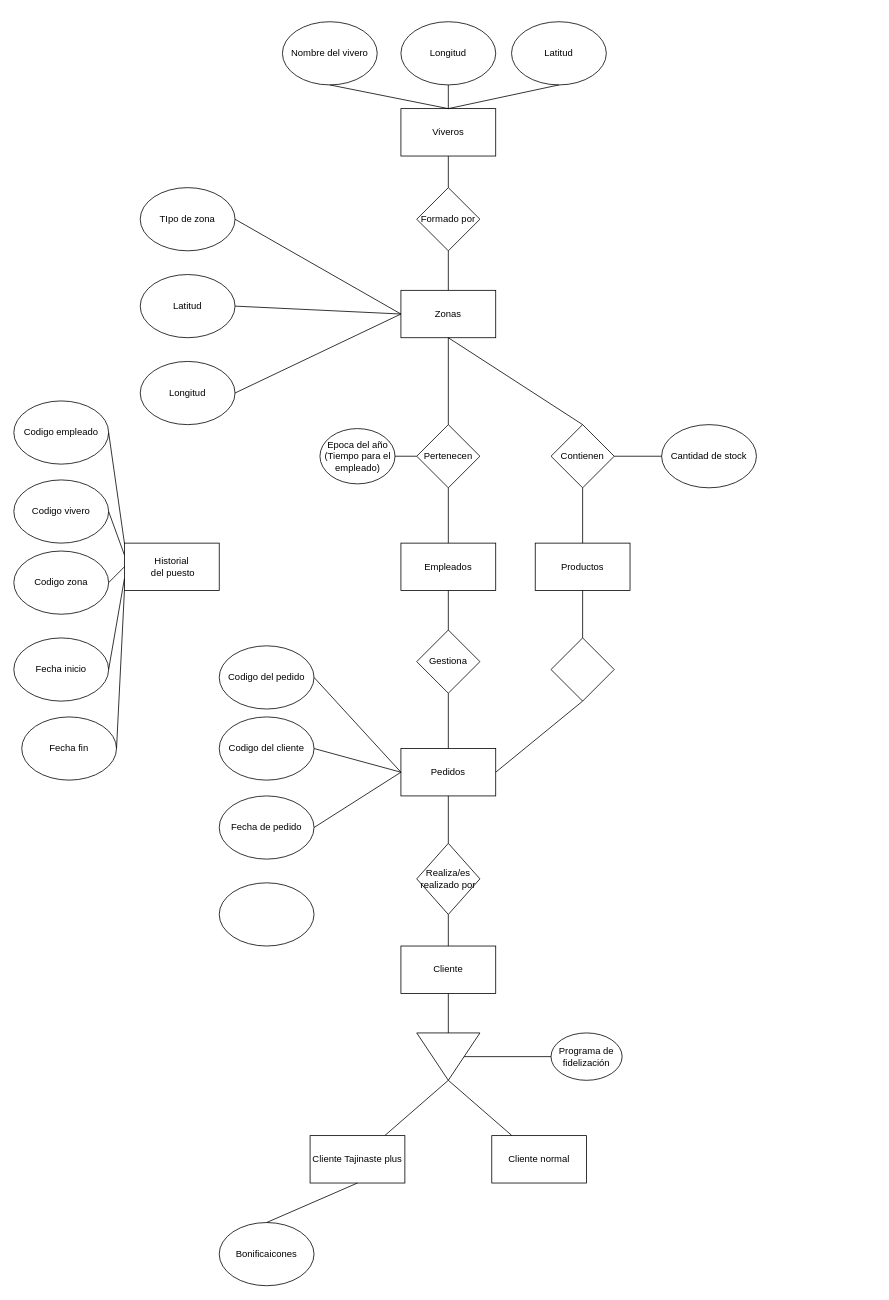
The draw.io diagram Modelo entidad relacion/viveros.drawio in alu0101101507/ADBD, before the edit. Source tidied: cells renumbered, new cells numbered last; positions are measured from the earlier drawing's top-left corner, leaving out a move shared by most shapes. Both pictures are drawn from the tidied source at 79%, with x=0, y=0 at pixel (13, 21).
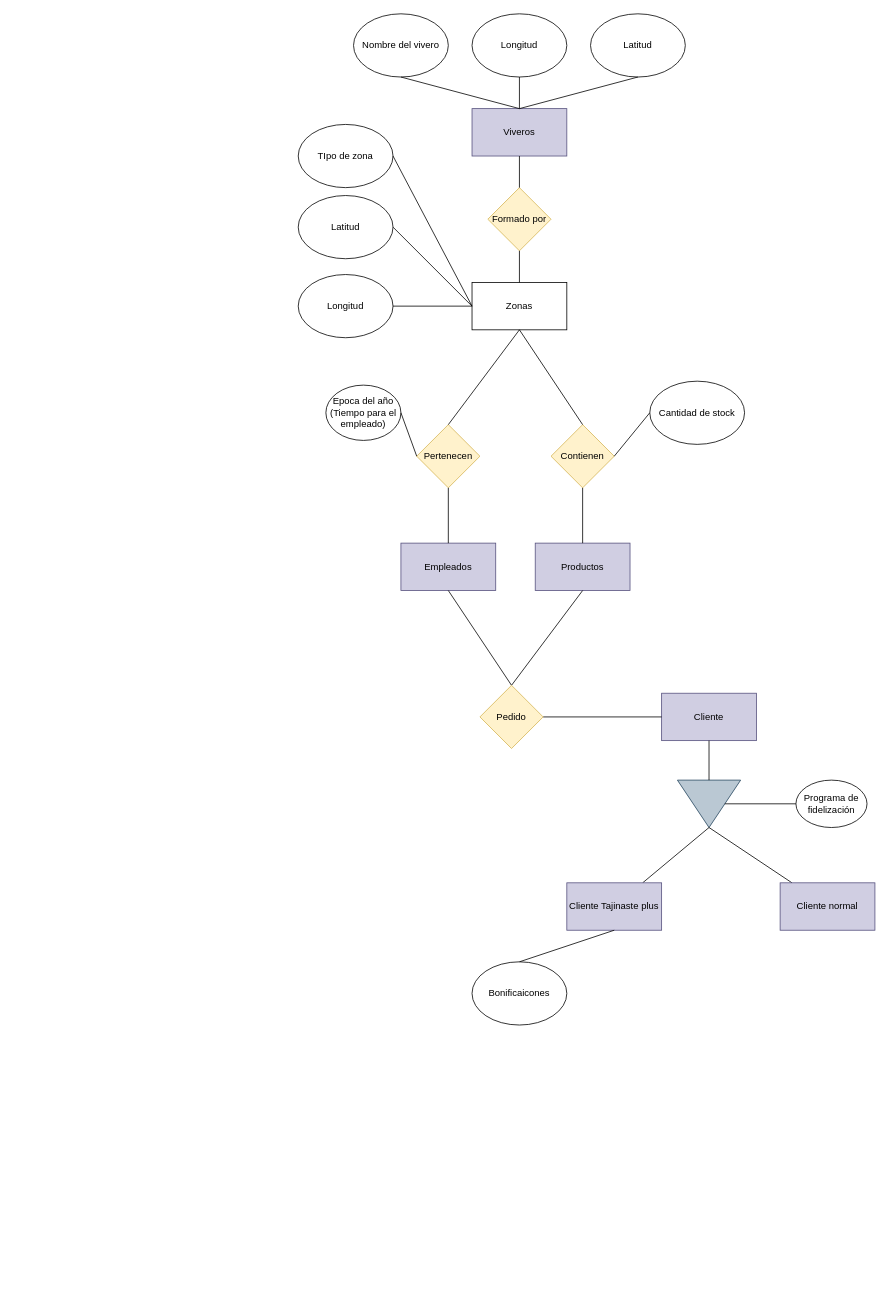
The same diagram, later.

What changed in the source:
```diff
@@
     <mxCell id="2" value="&lt;div&gt;Zonas&lt;/div&gt;" style="rounded=0;whiteSpace=wrap;html=1;" parent="1" vertex="1">
-      <mxGeometry x="490" y="340" width="120" height="60" as="geometry" />
+      <mxGeometry x="580" y="330" width="120" height="60" as="geometry" />
     </mxCell>
     <mxCell id="3" value="Latitud" style="ellipse;whiteSpace=wrap;html=1;" parent="1" vertex="1">
-      <mxGeometry x="160" y="320" width="120" height="80" as="geometry" />
+      <mxGeometry x="360" y="220" width="120" height="80" as="geometry" />
     </mxCell>
     <mxCell id="4" value="Longitud" style="ellipse;whiteSpace=wrap;html=1;" parent="1" vertex="1">
-      <mxGeometry x="160" y="430" width="120" height="80" as="geometry" />
+      <mxGeometry x="360" y="320" width="120" height="80" as="geometry" />
     </mxCell>
-    <mxCell id="5" value="Empleados" style="rounded=0;whiteSpace=wrap;html=1;" parent="1" vertex="1">
+    <mxCell id="5" value="Empleados" style="rounded=0;whiteSpace=wrap;html=1;fillColor=#d0cee2;strokeColor=#56517e;" parent="1" vertex="1">
       <mxGeometry x="490" y="660" width="120" height="60" as="geometry" />
     </mxCell>
-    <mxCell id="6" value="&lt;div&gt;Pertenecen&lt;/div&gt;" style="rhombus;whiteSpace=wrap;html=1;" parent="1" vertex="1">
+    <mxCell id="6" value="&lt;div&gt;Pertenecen&lt;/div&gt;" style="rhombus;whiteSpace=wrap;html=1;fillColor=#fff2cc;strokeColor=#d6b656;" parent="1" vertex="1">
       <mxGeometry x="510" y="510" width="80" height="80" as="geometry" />
     </mxCell>
@@
-    <mxCell id="9" value="Viveros" style="rounded=0;whiteSpace=wrap;html=1;" parent="1" vertex="1">
-      <mxGeometry x="490" y="110" width="120" height="60" as="geometry" />
+    <mxCell id="9" value="Viveros" style="rounded=0;whiteSpace=wrap;html=1;fillColor=#d0cee2;strokeColor=#56517e;" parent="1" vertex="1">
+      <mxGeometry x="580" y="110" width="120" height="60" as="geometry" />
     </mxCell>
-    <mxCell id="10" value="Formado por" style="rhombus;whiteSpace=wrap;html=1;" parent="1" vertex="1">
-      <mxGeometry x="510" y="210" width="80" height="80" as="geometry" />
+    <mxCell id="10" value="Formado por" style="rhombus;whiteSpace=wrap;html=1;fillColor=#fff2cc;strokeColor=#d6b656;" parent="1" vertex="1">
+      <mxGeometry x="600" y="210" width="80" height="80" as="geometry" />
     </mxCell>
-    <mxCell id="11" style="endArrow=none;html=1;rounded=0;entryX=0.5;entryY=1;entryDx=0;entryDy=0;" parent="1" edge="1" target="9">
-      <mxGeometry relative="1" as="geometry">
-        <mxPoint x="550" y="210" as="sourcePoint" />
-      </mxGeometry>
+    <mxCell id="11" style="endArrow=none;html=1;rounded=0;entryX=0.5;entryY=1;entryDx=0;entryDy=0;exitX=0.5;exitY=0;exitDx=0;exitDy=0;" parent="1" edge="1" source="10" target="9">
+      <mxGeometry relative="1" as="geometry" />
     </mxCell>
@@
     <mxCell id="13" value="TIpo de zona" style="ellipse;whiteSpace=wrap;html=1;" parent="1" vertex="1">
-      <mxGeometry x="160" y="210" width="120" height="80" as="geometry" />
+      <mxGeometry x="360" y="130" width="120" height="80" as="geometry" />
     </mxCell>
-    <mxCell id="14" value="&lt;div&gt;Productos&lt;/div&gt;" style="rounded=0;whiteSpace=wrap;html=1;" parent="1" vertex="1">
+    <mxCell id="14" value="&lt;div&gt;Productos&lt;/div&gt;" style="rounded=0;whiteSpace=wrap;html=1;fillColor=#d0cee2;strokeColor=#56517e;" parent="1" vertex="1">
       <mxGeometry x="660" y="660" width="120" height="60" as="geometry" />
     </mxCell>
-    <mxCell id="15" value="Contienen" style="rhombus;whiteSpace=wrap;html=1;" parent="1" vertex="1">
+    <mxCell id="15" value="Contienen" style="rhombus;whiteSpace=wrap;html=1;fillColor=#fff2cc;strokeColor=#d6b656;" parent="1" vertex="1">
       <mxGeometry x="680" y="510" width="80" height="80" as="geometry" />
     </mxCell>
@@
     <mxCell id="18" value="Cantidad de stock" style="ellipse;whiteSpace=wrap;html=1;" parent="1" vertex="1">
-      <mxGeometry x="820" y="510" width="120" height="80" as="geometry" />
+      <mxGeometry x="805" y="455" width="120" height="80" as="geometry" />
     </mxCell>
-    <mxCell id="19" value="&lt;div&gt;Cliente&lt;/div&gt;" style="rounded=0;whiteSpace=wrap;html=1;" parent="1" vertex="1">
-      <mxGeometry x="490" y="1170" width="120" height="60" as="geometry" />
+    <mxCell id="19" value="&lt;div&gt;Cliente&lt;/div&gt;" style="rounded=0;whiteSpace=wrap;html=1;fillColor=#d0cee2;strokeColor=#56517e;" parent="1" vertex="1">
+      <mxGeometry x="820" y="850" width="120" height="60" as="geometry" />
     </mxCell>
-    <mxCell id="20" value="&lt;div&gt;Historial&lt;/div&gt;&lt;div&gt;&amp;nbsp;del puesto&lt;/div&gt;" style="rounded=0;whiteSpace=wrap;html=1;" parent="1" vertex="1">
-      <mxGeometry x="140" y="660" width="120" height="60" as="geometry" />
-    </mxCell>
-    <mxCell id="21" value="Codigo empleado" style="ellipse;whiteSpace=wrap;html=1;" parent="1" vertex="1">
-      <mxGeometry y="480" width="120" height="80" as="geometry" />
-    </mxCell>
-    <mxCell id="22" value="&lt;div&gt;Codigo vivero&lt;/div&gt;" style="ellipse;whiteSpace=wrap;html=1;" parent="1" vertex="1">
-      <mxGeometry y="580" width="120" height="80" as="geometry" />
-    </mxCell>
-    <mxCell id="23" value="Codigo zona" style="ellipse;whiteSpace=wrap;html=1;" parent="1" vertex="1">
-      <mxGeometry y="670" width="120" height="80" as="geometry" />
-    </mxCell>
-    <mxCell id="24" value="&lt;div&gt;Fecha inicio&lt;br&gt;&lt;/div&gt;" style="ellipse;whiteSpace=wrap;html=1;" parent="1" vertex="1">
-      <mxGeometry y="780" width="120" height="80" as="geometry" />
-    </mxCell>
-    <mxCell id="25" value="Fecha fin" style="ellipse;whiteSpace=wrap;html=1;" parent="1" vertex="1">
-      <mxGeometry x="10" y="880" width="120" height="80" as="geometry" />
-    </mxCell>
-    <mxCell id="26" style="endArrow=none;html=1;rounded=0;exitX=1;exitY=0.5;exitDx=0;exitDy=0;entryX=0;entryY=0;entryDx=0;entryDy=0;" parent="1" edge="1" source="21" target="20">
-      <mxGeometry relative="1" as="geometry" />
-    </mxCell>
-    <mxCell id="27" style="endArrow=none;html=1;rounded=0;exitX=1;exitY=0.5;exitDx=0;exitDy=0;entryX=0;entryY=0.25;entryDx=0;entryDy=0;" parent="1" edge="1" source="22" target="20">
-      <mxGeometry relative="1" as="geometry" />
-    </mxCell>
-    <mxCell id="28" style="endArrow=none;html=1;rounded=0;exitX=1;exitY=0.5;exitDx=0;exitDy=0;entryX=0;entryY=0.5;entryDx=0;entryDy=0;" parent="1" edge="1" source="23" target="20">
-      <mxGeometry relative="1" as="geometry" />
-    </mxCell>
-    <mxCell id="29" style="endArrow=none;html=1;rounded=0;exitX=1;exitY=0.5;exitDx=0;exitDy=0;entryX=0;entryY=0.75;entryDx=0;entryDy=0;" parent="1" edge="1" source="24" target="20">
-      <mxGeometry relative="1" as="geometry" />
-    </mxCell>
-    <mxCell id="30" style="triangle;whiteSpace=wrap;html=1;direction=south;" parent="1" vertex="1">
-      <mxGeometry x="510" y="1280" width="80" height="60" as="geometry" />
+    <mxCell id="30" style="triangle;whiteSpace=wrap;html=1;direction=south;fillColor=#bac8d3;strokeColor=#23445d;" parent="1" vertex="1">
+      <mxGeometry x="840" y="960" width="80" height="60" as="geometry" />
     </mxCell>
@@
-    <mxCell id="34" value="Cliente normal" style="rounded=0;whiteSpace=wrap;html=1;" parent="1" vertex="1">
-      <mxGeometry x="605" y="1410" width="120" height="60" as="geometry" />
+    <mxCell id="34" value="Cliente normal" style="rounded=0;whiteSpace=wrap;html=1;fillColor=#d0cee2;strokeColor=#56517e;" parent="1" vertex="1">
+      <mxGeometry x="970" y="1090" width="120" height="60" as="geometry" />
     </mxCell>
-    <mxCell id="35" value="Cliente Tajinaste plus" style="rounded=0;whiteSpace=wrap;html=1;" parent="1" vertex="1">
-      <mxGeometry x="375" y="1410" width="120" height="60" as="geometry" />
+    <mxCell id="35" value="Cliente Tajinaste plus" style="rounded=0;whiteSpace=wrap;html=1;fillColor=#d0cee2;strokeColor=#56517e;" parent="1" vertex="1">
+      <mxGeometry x="700" y="1090" width="120" height="60" as="geometry" />
     </mxCell>
-    <mxCell id="36" value="Gestiona" style="rhombus;whiteSpace=wrap;html=1;" parent="1" vertex="1">
-      <mxGeometry x="510" y="770" width="80" height="80" as="geometry" />
-    </mxCell>
-    <mxCell id="37" style="endArrow=none;html=1;rounded=0;exitX=0.5;exitY=1;exitDx=0;exitDy=0;entryX=0.5;entryY=0;entryDx=0;entryDy=0;" parent="1" edge="1" source="5" target="36">
+    <mxCell id="37" style="endArrow=none;html=1;rounded=0;exitX=0.5;exitY=1;exitDx=0;exitDy=0;entryX=0.5;entryY=0;entryDx=0;entryDy=0;" parent="1" edge="1" source="5" target="70">
       <mxGeometry relative="1" as="geometry" />
     </mxCell>
-    <mxCell id="38" value="&lt;div&gt;Pedidos&lt;/div&gt;" style="rounded=0;whiteSpace=wrap;html=1;" parent="1" vertex="1">
-      <mxGeometry x="490" y="920" width="120" height="60" as="geometry" />
-    </mxCell>
-    <mxCell id="39" style="endArrow=none;html=1;rounded=0;exitX=0.5;exitY=1;exitDx=0;exitDy=0;entryX=0.5;entryY=0;entryDx=0;entryDy=0;" parent="1" edge="1" source="36" target="38">
-      <mxGeometry relative="1" as="geometry" />
-    </mxCell>
-    <mxCell id="40" value="Realiza/es realizado por" style="rhombus;whiteSpace=wrap;html=1;" parent="1" vertex="1">
-      <mxGeometry x="510" y="1040" width="80" height="90" as="geometry" />
-    </mxCell>
-    <mxCell id="41" style="endArrow=none;html=1;rounded=0;exitX=0.5;exitY=1;exitDx=0;exitDy=0;" parent="1" edge="1" source="38" target="40">
-      <mxGeometry relative="1" as="geometry" />
-    </mxCell>
-    <mxCell id="42" style="endArrow=none;html=1;rounded=0;exitX=0.5;exitY=1;exitDx=0;exitDy=0;entryX=0.5;entryY=0;entryDx=0;entryDy=0;" parent="1" edge="1" source="40" target="19">
+    <mxCell id="42" style="endArrow=none;html=1;rounded=0;exitX=1;exitY=0.5;exitDx=0;exitDy=0;entryX=0;entryY=0.5;entryDx=0;entryDy=0;" parent="1" edge="1" source="70" target="19">
       <mxGeometry relative="1" as="geometry" />
     </mxCell>
@@
     <mxCell id="46" value="Latitud" style="ellipse;whiteSpace=wrap;html=1;" parent="1" vertex="1">
-      <mxGeometry x="630" width="120" height="80" as="geometry" />
+      <mxGeometry x="730" y="-10" width="120" height="80" as="geometry" />
     </mxCell>
     <mxCell id="47" value="Longitud" style="ellipse;whiteSpace=wrap;html=1;" parent="1" vertex="1">
-      <mxGeometry x="490" width="120" height="80" as="geometry" />
+      <mxGeometry x="580" y="-10" width="120" height="80" as="geometry" />
     </mxCell>
@@
     <mxCell id="50" value="&lt;div&gt;Nombre del vivero&lt;/div&gt;" style="ellipse;whiteSpace=wrap;html=1;" parent="1" vertex="1">
-      <mxGeometry x="340" width="120" height="80" as="geometry" />
+      <mxGeometry x="430" y="-10" width="120" height="80" as="geometry" />
     </mxCell>
@@
     <mxCell id="52" value="Programa de fidelización " style="ellipse;whiteSpace=wrap;html=1;" parent="1" vertex="1">
-      <mxGeometry x="680" y="1280" width="90" height="60" as="geometry" />
+      <mxGeometry x="990" y="960" width="90" height="60" as="geometry" />
     </mxCell>
@@
-    <mxCell id="55" value="Codigo del pedido" style="ellipse;whiteSpace=wrap;html=1;" parent="1" vertex="1">
-      <mxGeometry x="260" y="790" width="120" height="80" as="geometry" />
-    </mxCell>
-    <mxCell id="56" value="Codigo del cliente" style="ellipse;whiteSpace=wrap;html=1;" parent="1" vertex="1">
-      <mxGeometry x="260" y="880" width="120" height="80" as="geometry" />
-    </mxCell>
-    <mxCell id="57" value="Fecha de pedido" style="ellipse;whiteSpace=wrap;html=1;" parent="1" vertex="1">
-      <mxGeometry x="260" y="980" width="120" height="80" as="geometry" />
-    </mxCell>
-    <mxCell id="58" style="ellipse;whiteSpace=wrap;html=1;" parent="1" vertex="1">
-      <mxGeometry x="260" y="1090" width="120" height="80" as="geometry" />
-    </mxCell>
-    <mxCell id="59" style="endArrow=none;html=1;rounded=0;exitX=1;exitY=0.5;exitDx=0;exitDy=0;entryX=0;entryY=0.5;entryDx=0;entryDy=0;" parent="1" edge="1" source="55" target="38">
-      <mxGeometry relative="1" as="geometry" />
-    </mxCell>
-    <mxCell id="60" style="endArrow=none;html=1;rounded=0;exitX=1;exitY=0.5;exitDx=0;exitDy=0;entryX=0;entryY=0.5;entryDx=0;entryDy=0;" parent="1" edge="1" source="56" target="38">
-      <mxGeometry relative="1" as="geometry" />
-    </mxCell>
-    <mxCell id="61" style="endArrow=none;html=1;rounded=0;exitX=1;exitY=0.5;exitDx=0;exitDy=0;entryX=0;entryY=0.5;entryDx=0;entryDy=0;" parent="1" edge="1" source="57" target="38">
-      <mxGeometry relative="1" as="geometry" />
-    </mxCell>
-    <mxCell id="62" style="endArrow=none;html=1;rounded=0;exitX=1;exitY=0.5;exitDx=0;exitDy=0;entryX=0;entryY=1;entryDx=0;entryDy=0;" parent="1" edge="1" source="25" target="20">
-      <mxGeometry relative="1" as="geometry" />
-    </mxCell>
     <mxCell id="63" value="&lt;div&gt;Epoca del año&lt;br&gt;(Tiempo para el empleado)&lt;br&gt;&lt;/div&gt;" style="ellipse;whiteSpace=wrap;html=1;" parent="1" vertex="1">
-      <mxGeometry x="387.5" y="515" width="95" height="70" as="geometry" />
+      <mxGeometry x="395" y="460" width="95" height="70" as="geometry" />
     </mxCell>
@@
-    <mxCell id="65" style="endArrow=none;html=1;rounded=0;exitX=0.5;exitY=1;exitDx=0;exitDy=0;" parent="1" edge="1" source="14" target="68">
+    <mxCell id="65" style="endArrow=none;html=1;rounded=0;exitX=0.5;exitY=1;exitDx=0;exitDy=0;entryX=0.5;entryY=0;entryDx=0;entryDy=0;" parent="1" edge="1" source="14" target="70">
       <mxGeometry relative="1" as="geometry" />
     </mxCell>
     <mxCell id="66" value="&lt;div&gt;Bonificaicones&lt;/div&gt;" style="ellipse;whiteSpace=wrap;html=1;" parent="1" vertex="1">
-      <mxGeometry x="260" y="1520" width="120" height="80" as="geometry" />
+      <mxGeometry x="580" y="1190" width="120" height="80" as="geometry" />
     </mxCell>
@@
-    <mxCell id="68" style="rhombus;whiteSpace=wrap;html=1;" parent="1" vertex="1">
-      <mxGeometry x="680" y="780" width="80" height="80" as="geometry" />
-    </mxCell>
-    <mxCell id="69" style="endArrow=none;html=1;rounded=0;entryX=0.5;entryY=1;entryDx=0;entryDy=0;exitX=1;exitY=0.5;exitDx=0;exitDy=0;" parent="1" edge="1" source="38" target="68">
-      <mxGeometry relative="1" as="geometry" />
-    </mxCell>
+    <mxCell id="70" value="Pedido" style="rhombus;whiteSpace=wrap;html=1;fillColor=#fff2cc;strokeColor=#d6b656;" parent="1" vertex="1">
+      <mxGeometry x="590" y="840" width="80" height="80" as="geometry" />
+    </mxCell>
```
